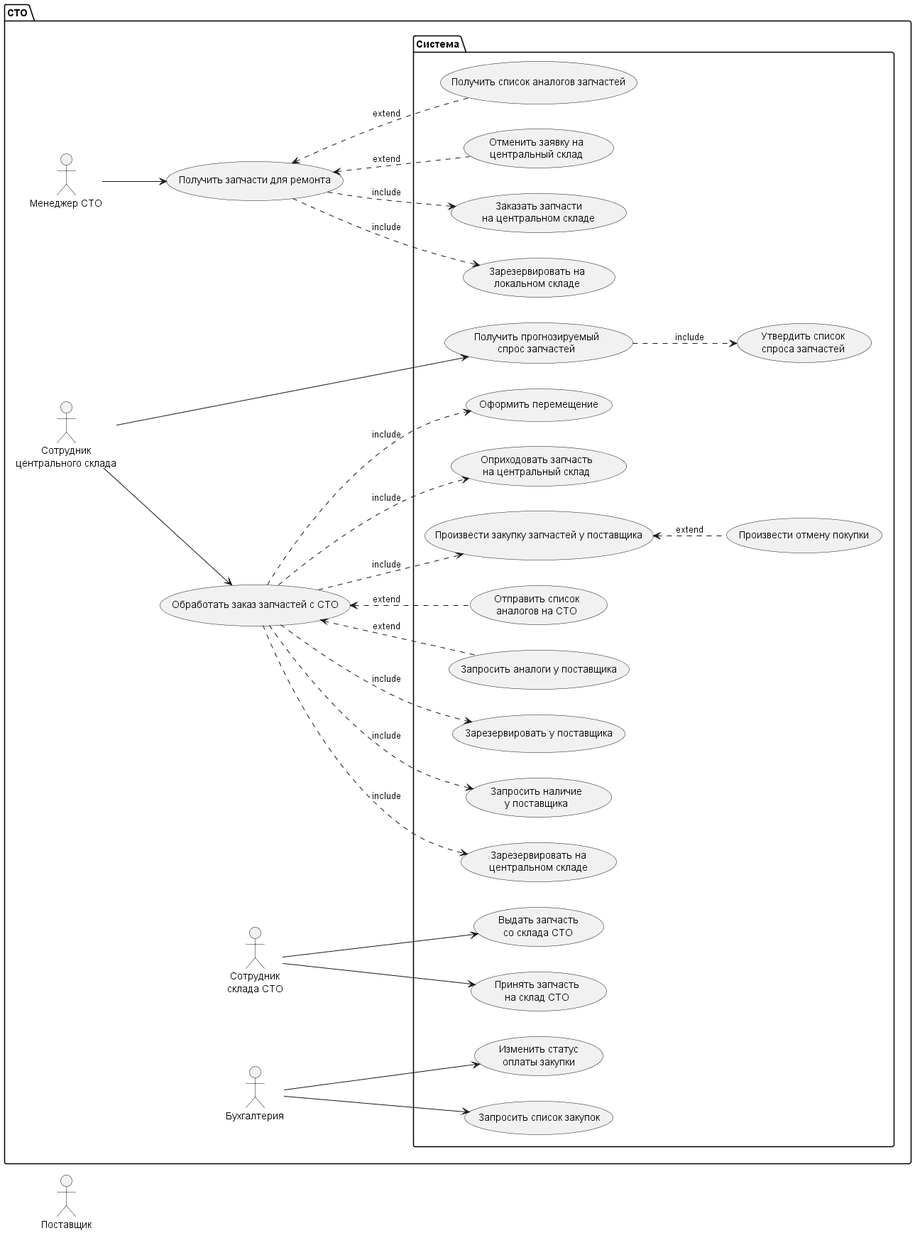
The PlantUML diagram out/UC/usecase/Domaine modele.png in aapoplavskii/Project_Otus_SA, before a commit. Source of this version:
```plantuml
@startuml Domaine modele
left to right direction
skinparam DefaultTextAlignment center

    actor Поставщик as provider

    package СТО {

    actor :Менеджер СТО: as manager
    actor :Сотрудник\nцентрального склада: as sklad
    actor :Сотрудник\nсклада СТО: as skladsto
    actor :Бухгалтерия: as buh


    usecase "Получить запчасти для ремонта" as zakaz

    usecase "Обработать заказ запчастей с СТО" as processorder



        package Система {

            usecase "Зарезервировать на\nлокальном складе" as reservlocal
            usecase "Заказать запчасти\nна центральном складе" as app
            usecase "Отменить заявку на\nцентральный склад" as cancelapp
            usecase "Получить список аналогов запчастей" as getanalog


            usecase "Принять запчасть\nна склад СТО" as accept
            usecase "Выдать запчасть\nсо склада СТО" as issuesto


            usecase "Зарезервировать на\nцентральном складе" as reservcenter
            usecase "Запросить наличие\nу поставщика" as zakazdealer
            usecase "Зарезервировать у поставщика" as reservdealer
            usecase "Запросить аналоги у поставщика" as getanalogdealer
            usecase "Отправить список\nаналогов на СТО" as sendanalogdealer
            usecase "Произвести закупку запчастей у поставщика" as purchase
            usecase "Произвести отмену покупки" as cancelpurchase
            usecase "Оприходовать запчасть\nна центральный склад" as issuecenter
            usecase "Оформить перемещение" as senddelivery

            usecase "Получить прогнозируемый\nспрос запчастей" as getforecast

            usecase "Утвердить список\nспроса запчастей" as signforecast

            usecase "Запросить список закупок" as getlistpurchase
            usecase "Изменить статус\nоплаты закупки" as patchpurchase



        }

    manager --> zakaz
    zakaz ..> reservlocal : include
    zakaz <.. cancelapp : extend
    zakaz <.. getanalog : extend
    zakaz ..> app : include

    skladsto --> accept
    skladsto --> issuesto

    sklad --> processorder
    processorder ..> purchase : include

    processorder ..> reservcenter : include
    processorder ..> zakazdealer : include
    processorder ..> reservdealer : include
    processorder <.. getanalogdealer : extend
    processorder <.. sendanalogdealer : extend
    processorder ..> issuecenter : include
    processorder ..> senddelivery : include

    purchase <.. cancelpurchase : extend

    sklad --> getforecast
    getforecast ..> signforecast : include

    buh --> getlistpurchase
    buh --> patchpurchase

    }
@enduml
```
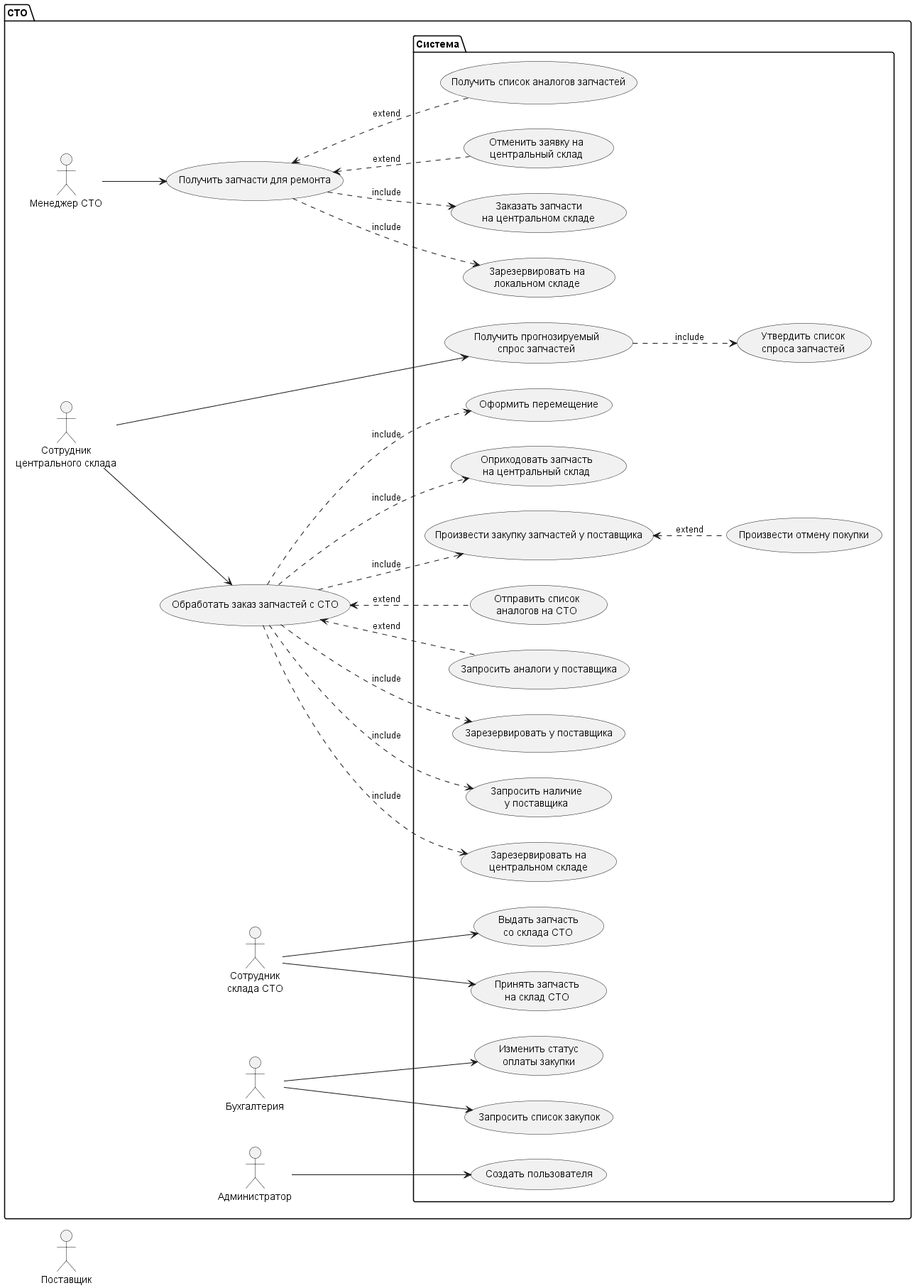
After the commit.

Change to the diagram source:
```diff
@@ -10,6 +10,7 @@
     actor :Сотрудник\nцентрального склада: as sklad
     actor :Сотрудник\nсклада СТО: as skladsto
     actor :Бухгалтерия: as buh
+    actor :Администратор: as admin
 
 
     usecase "Получить запчасти для ремонта" as zakaz
@@ -47,7 +48,7 @@
             usecase "Запросить список закупок" as getlistpurchase
             usecase "Изменить статус\nоплаты закупки" as patchpurchase
 
-
+            usecase "Создать пользователя" as adduser
 
         }
 
@@ -79,5 +80,7 @@
     buh --> getlistpurchase
     buh --> patchpurchase
 
+    admin --> adduser
+
     }
 @enduml
```
